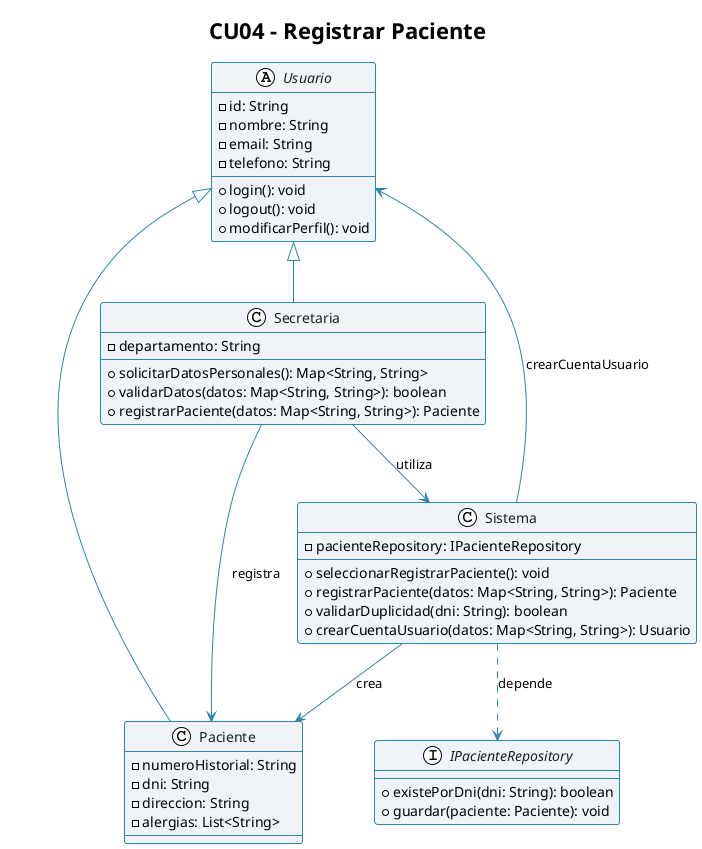
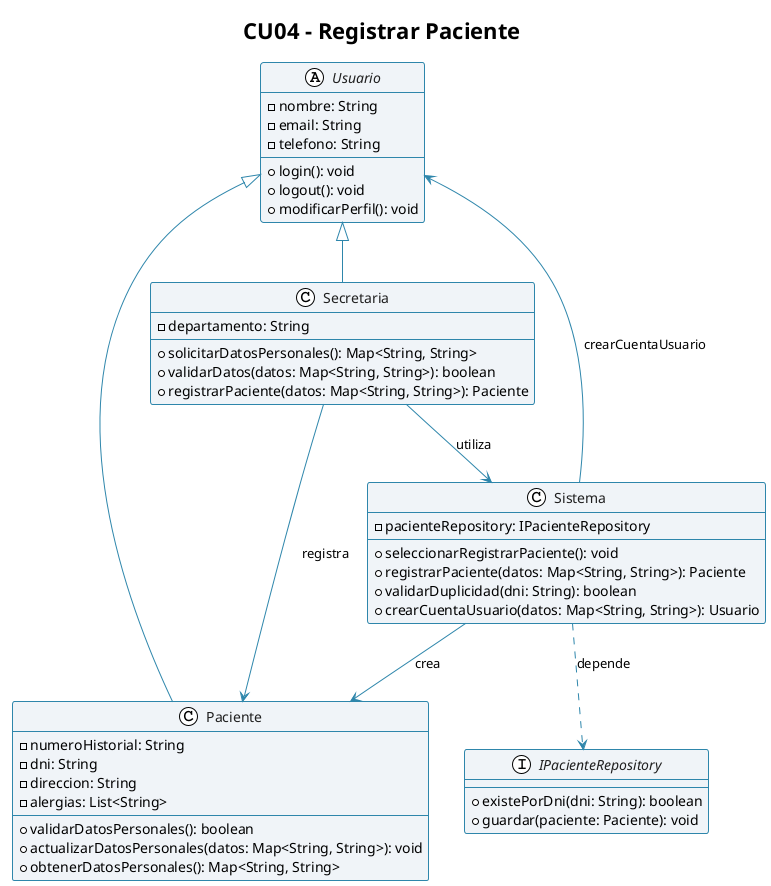
@startuml
!theme plain
title CU04 - Registrar Paciente

skinparam class {
    BackgroundColor #F0F4F8
    BorderColor #2E86AB
    ArrowColor #2E86AB
    FontColor #1F1F1F
}

abstract class Usuario {
-     - id: String
    - nombre: String
    - email: String
    - telefono: String
    ---
    + login(): void
    + logout(): void
    + modificarPerfil(): void
}

class Paciente {
    - numeroHistorial: String
    - dni: String
    - direccion: String
    - alergias: List<String>
+     ---
+     + validarDatosPersonales(): boolean
+     + actualizarDatosPersonales(datos: Map<String, String>): void
+     + obtenerDatosPersonales(): Map<String, String>
}

class Secretaria {
    - departamento: String
    ---
    + solicitarDatosPersonales(): Map<String, String>
    + validarDatos(datos: Map<String, String>): boolean
    + registrarPaciente(datos: Map<String, String>): Paciente
}

interface IPacienteRepository {
    + existePorDni(dni: String): boolean
    + guardar(paciente: Paciente): void
}

class Sistema {
    - pacienteRepository: IPacienteRepository
    ---
    + seleccionarRegistrarPaciente(): void
    + registrarPaciente(datos: Map<String, String>): Paciente
    + validarDuplicidad(dni: String): boolean
    + crearCuentaUsuario(datos: Map<String, String>): Usuario
}

Usuario <|-- Paciente
Usuario <|-- Secretaria

Secretaria --> Sistema : utiliza
Secretaria --> Paciente : registra
Sistema ..> IPacienteRepository : depende
Sistema --> Paciente : crea
Sistema --> Usuario : crearCuentaUsuario

@enduml